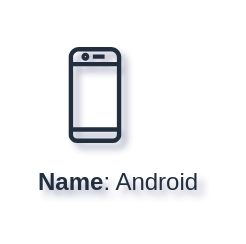
The draw.io diagram docs/docs/core-components/output/drawio/mobile_client.drawio in tsypuk/multicloud-diagrams, before the edit. Source tidied: cells renumbered, new cells numbered last; positions are measured from the earlier drawing's top-left corner, leaving out a move shared by most shapes. Both pictures are drawn from the tidied source at 200%, with x=0, y=0 at pixel (34, 34).
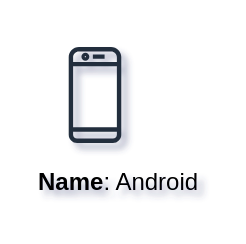
The same diagram, later.

What changed in the source:
```diff
@@
 <mxGraphModel shadow="1">
   <root>
     <mxCell id="0" />
     <mxCell id="1" parent="0" />
-    <mxCell id="2" value="&lt;b&gt;Name&lt;/b&gt;: Android" style="sketch=0;fontColor=#232F3E;gradientColor=none;strokeColor=#232F3E;fillColor=none;dashed=0;verticalLabelPosition=bottom;verticalAlign=top;align=left;html=1;fontSize=12;fontStyle=0;shape=mxgraph.aws4.resourceIcon;resIcon=mxgraph.aws4.mobile_client;labelBackgroundColor=none;" parent="1" vertex="1">
+    <mxCell id="2" value="&lt;b&gt;Name&lt;/b&gt;: Android" style="sketch=0;gradientColor=none;strokeColor=#232F3E;fillColor=none;dashed=0;verticalLabelPosition=bottom;verticalAlign=top;align=left;html=1;fontSize=12;fontStyle=0;shape=mxgraph.aws4.resourceIcon;resIcon=mxgraph.aws4.mobile_client;labelBackgroundColor=none;" parent="1" vertex="1">
       <mxGeometry width="60" height="60" as="geometry" />
     </mxCell>
   </root>
 </mxGraphModel>
```
